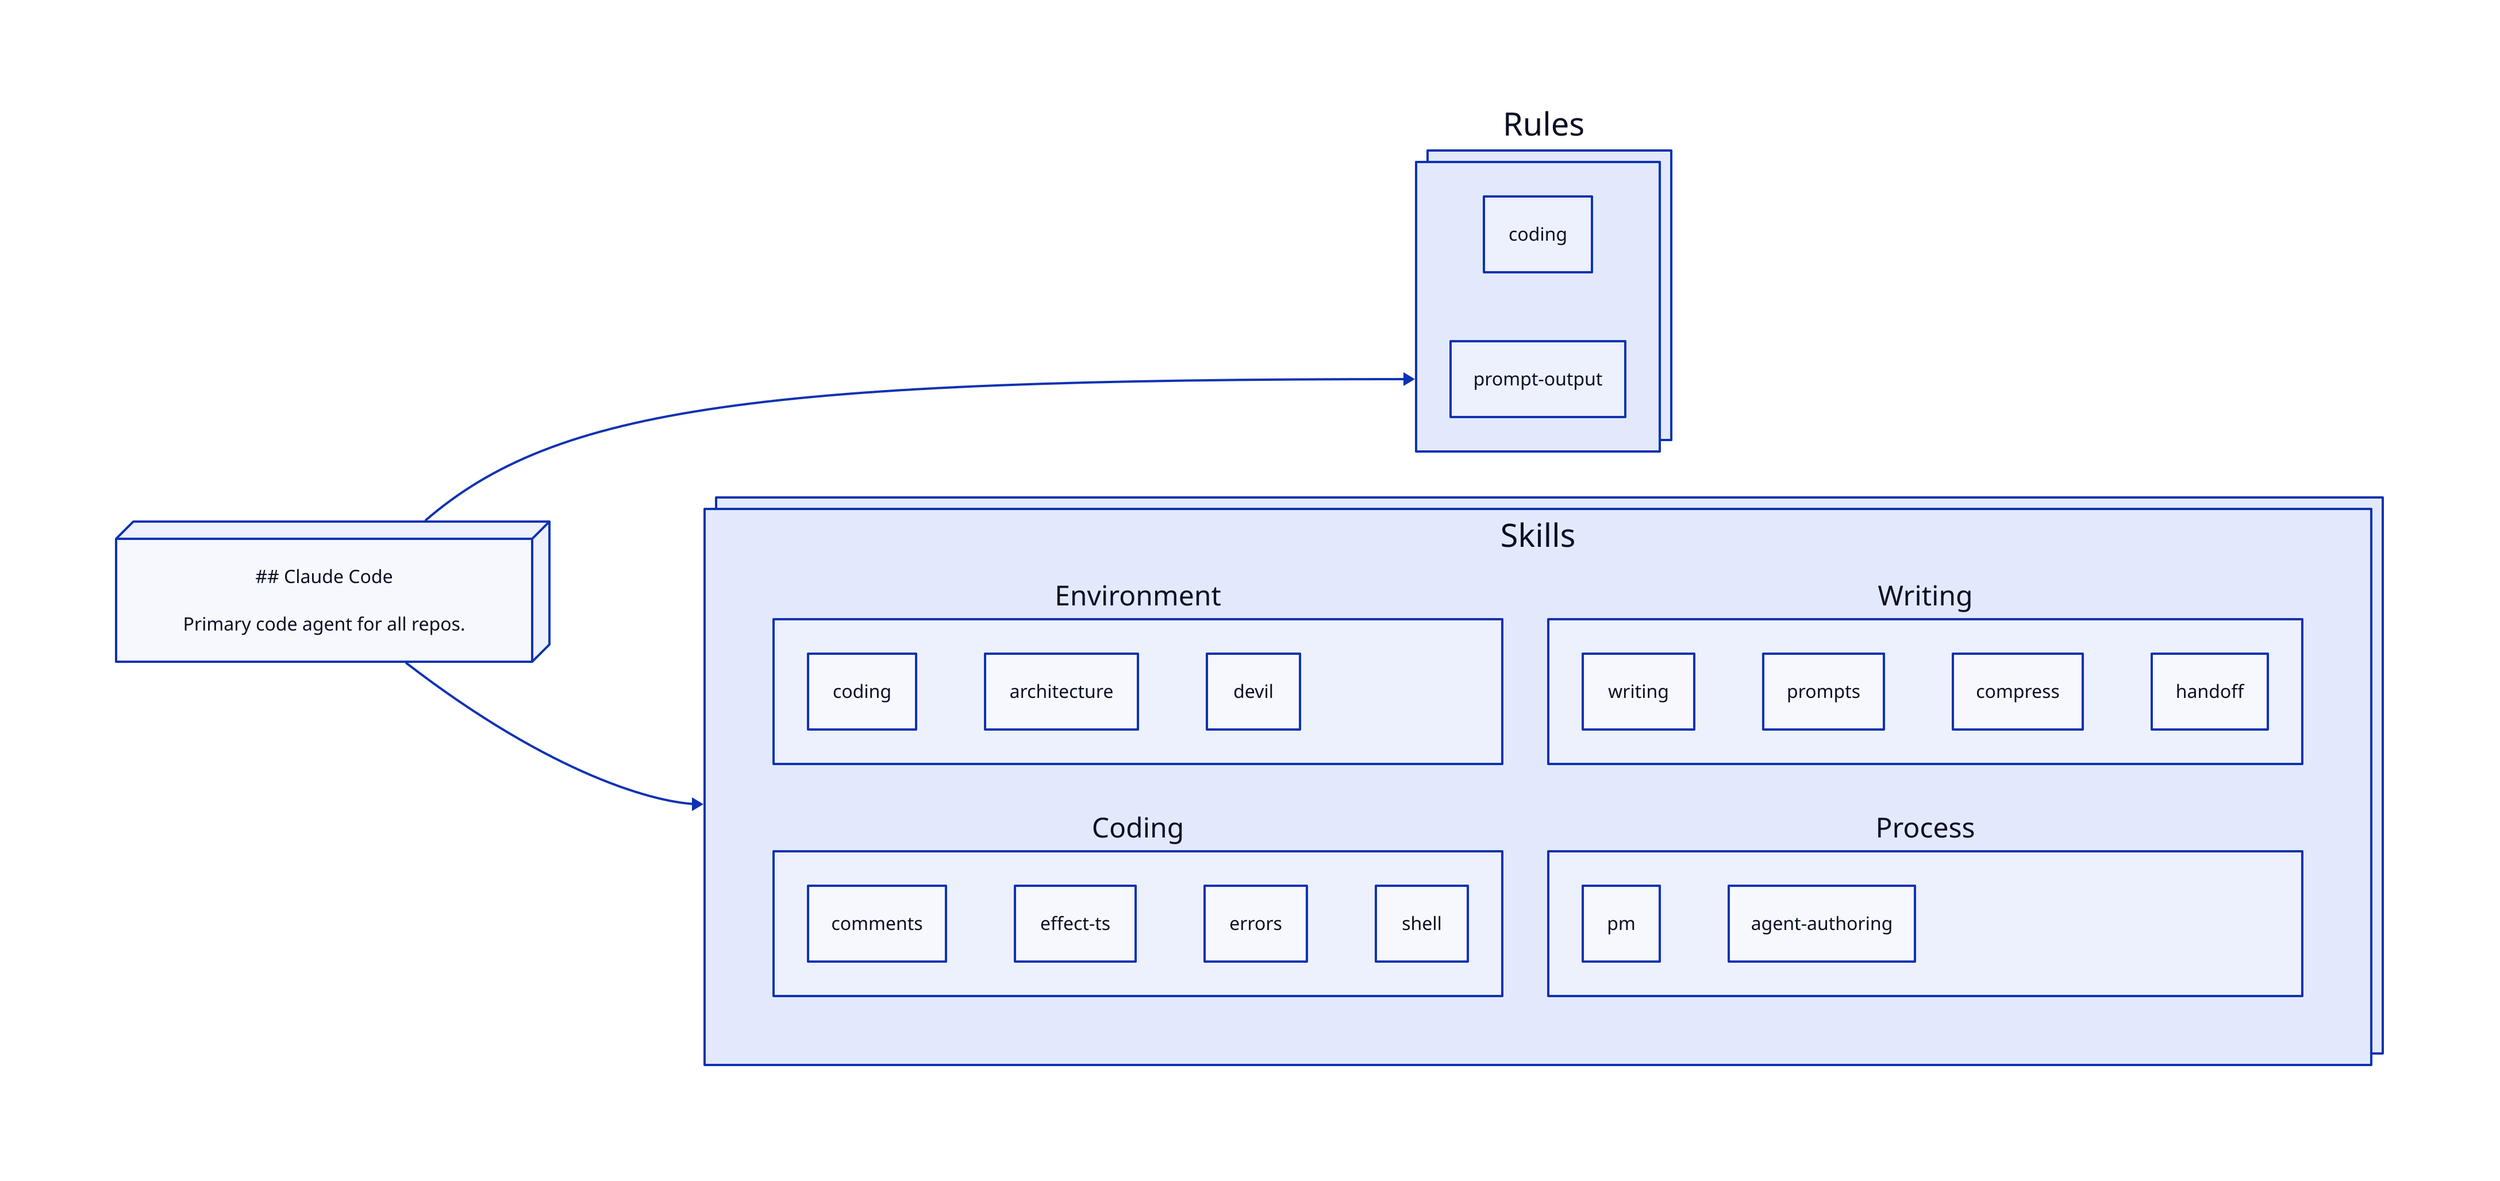
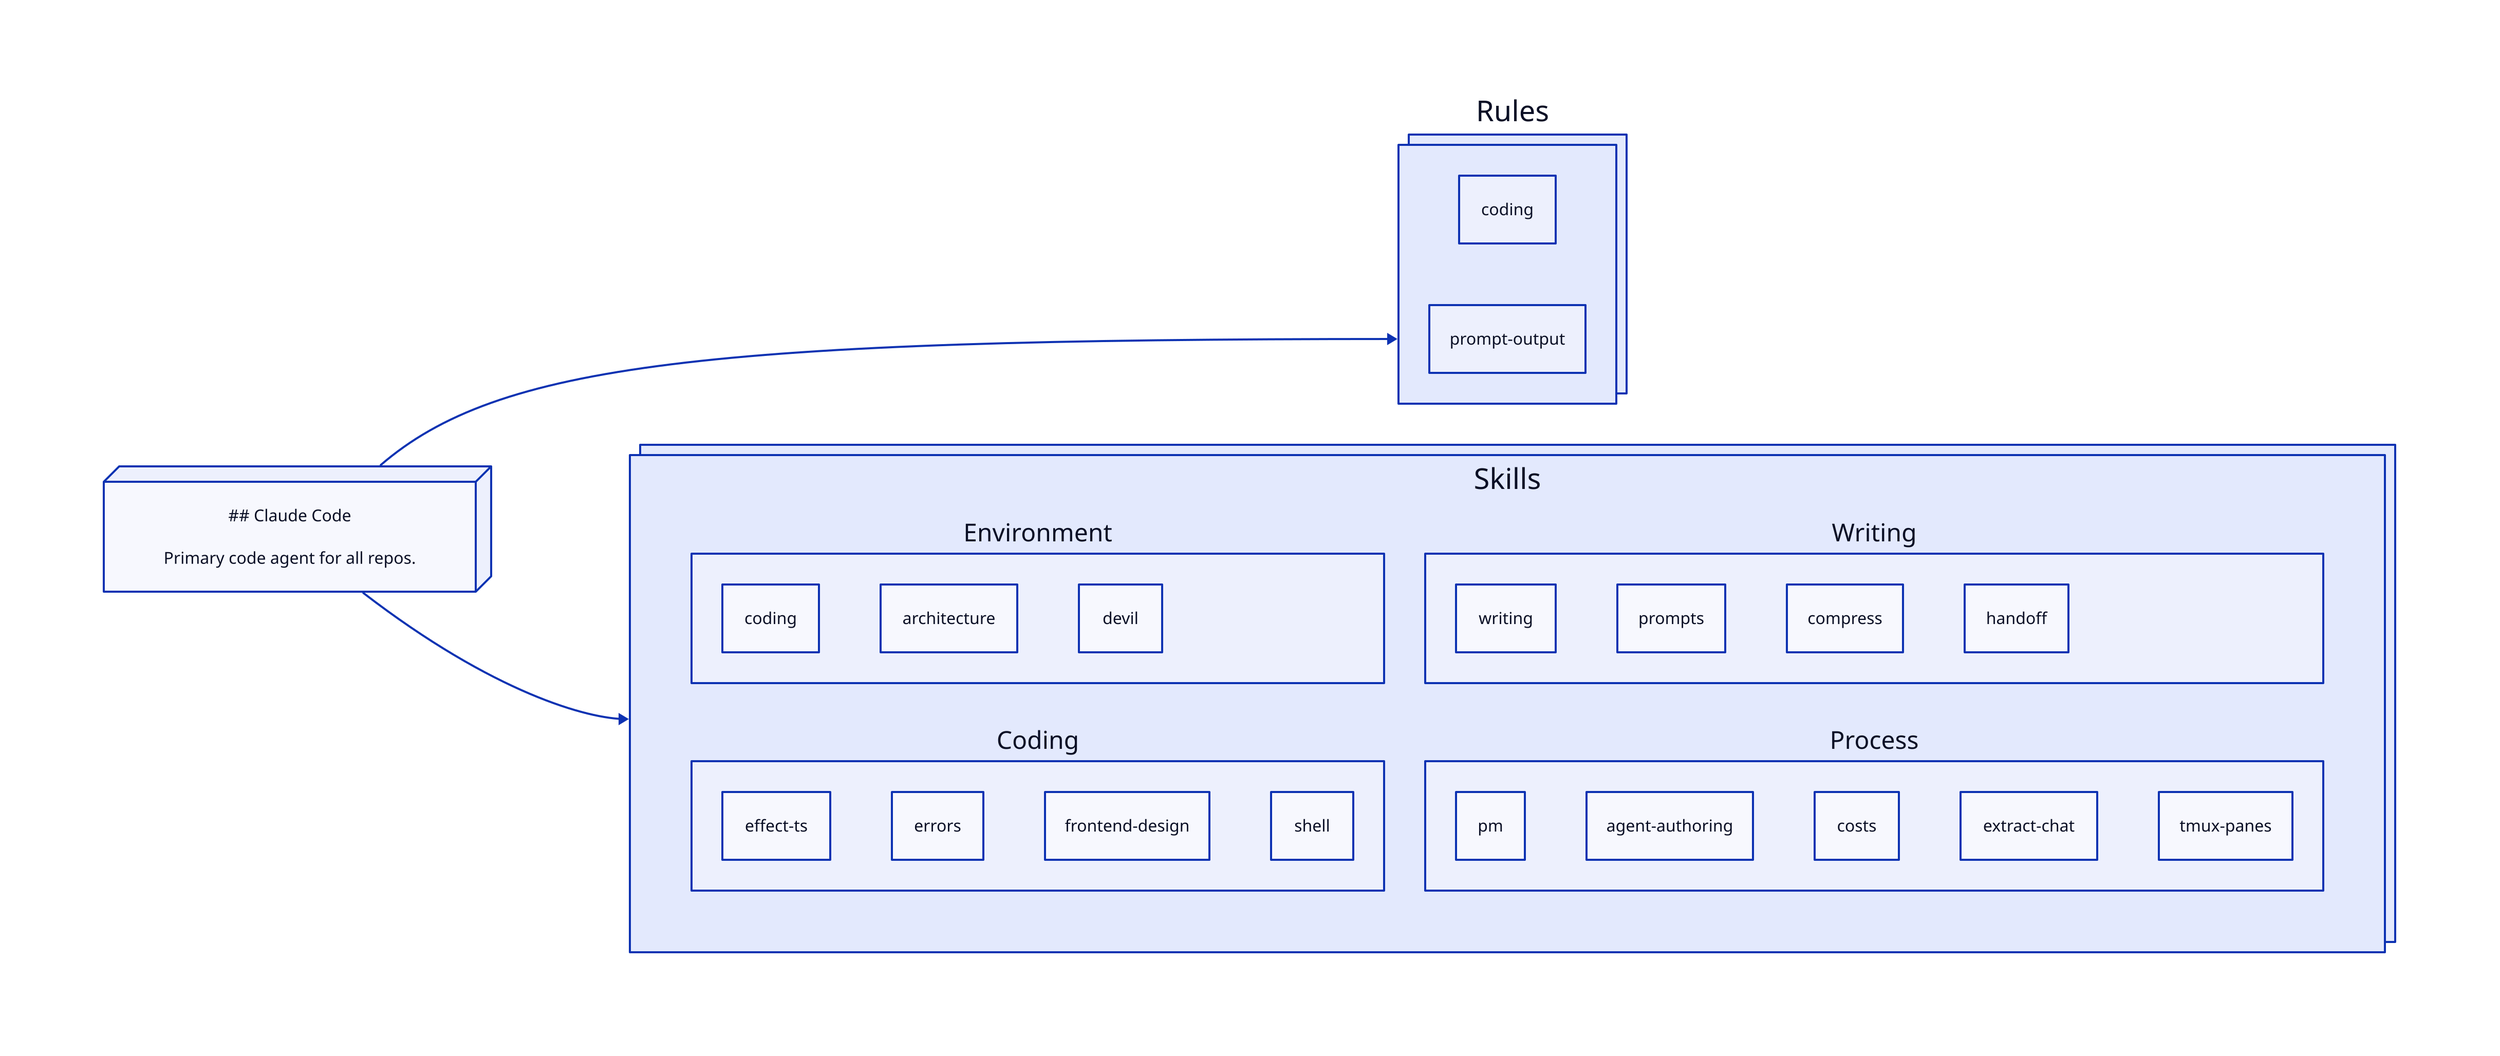
direction: right

claude-code.shape: rectangle
claude-code.style.3d: true
claude-code: |md
  ## Claude Code

  Primary code agent for all repos.
|

rules: {
  label: Rules
  style.multiple: true

  coding
  prompt-output
}

skills: {
  label: Skills
  style.multiple: true
  grid-columns: 2

  env: {
    label: Environment
    coding
    architecture
    devil
  }

  coding-topic: {
    label: Coding
-     comments
    effect-ts
    errors
+     frontend-design
    shell
  }

  writing: {
    label: Writing
    writing
    prompts
    compress
    handoff
  }

  process: {
    label: Process
    pm
    agent-authoring
+     costs
+     extract-chat
+     tmux-panes
  }
}

claude-code -> rules
claude-code -> skills
